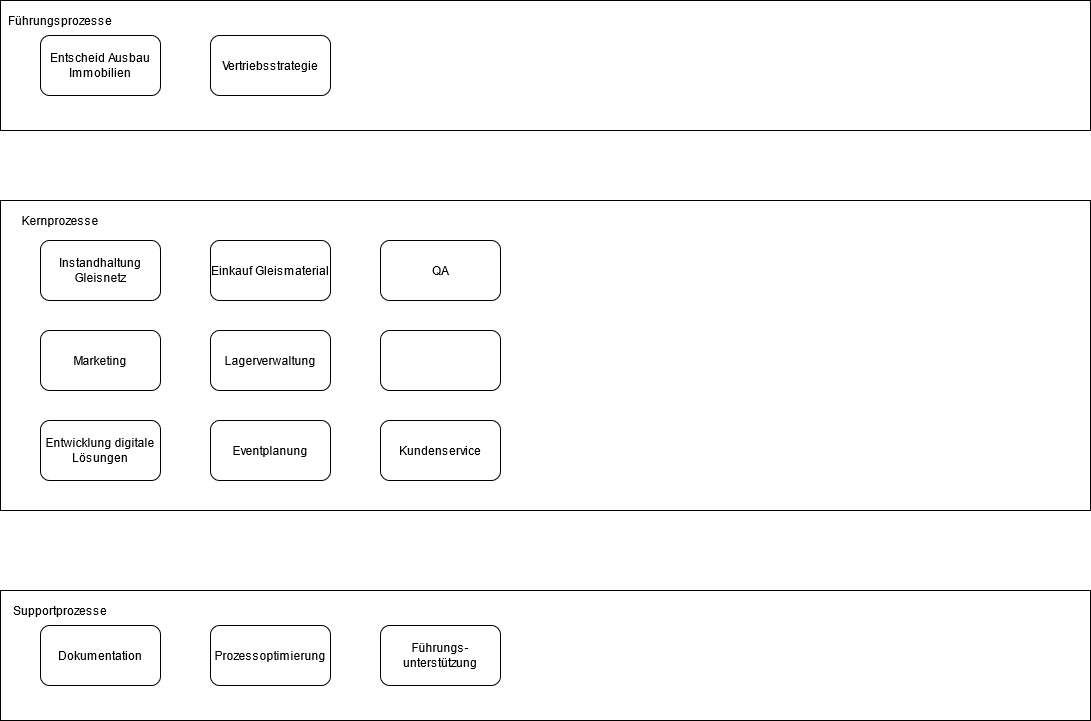
MokthecoolWok/m254 keeps this draw.io diagram as ProzessMAP_A4.png. Above is the earlier version. Source tidied: cells renumbered, new cells last; positions are measured from the earlier drawing's top-left corner, leaving out a move shared by most shapes.
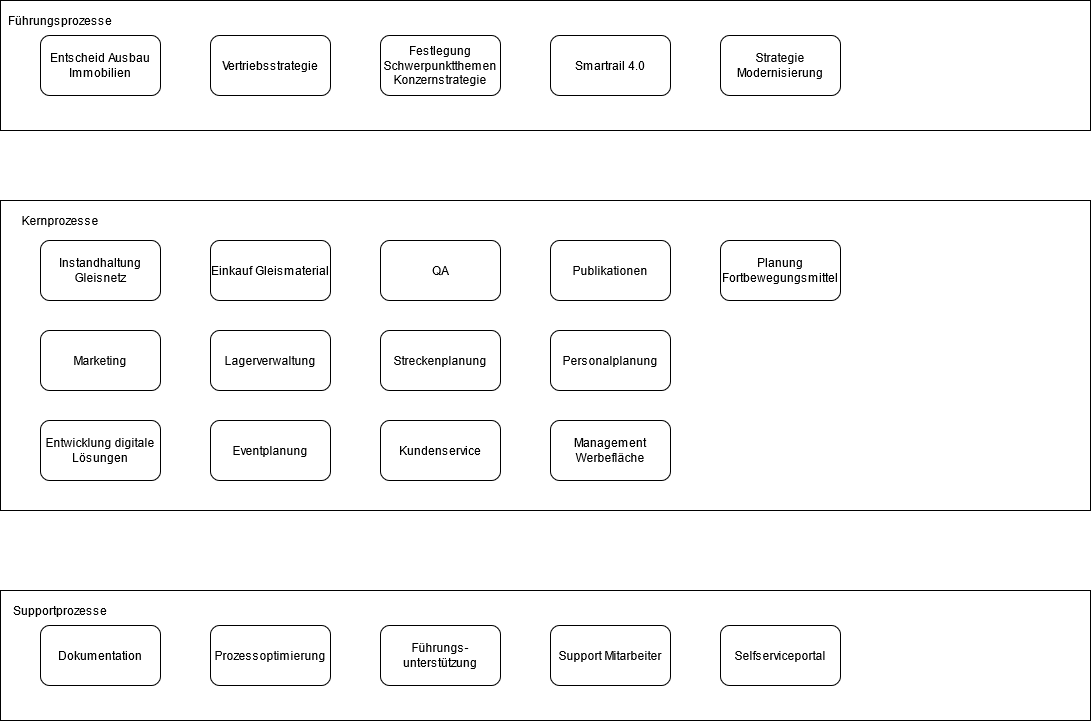
After the change.

Diff of the diagram source:
```diff
@@ -35,9 +35,21 @@
     <mxCell id="12" value="Kundenservice" style="rounded=1;whiteSpace=wrap;html=1;" parent="2" vertex="1">
       <mxGeometry x="380" y="220" width="120" height="60" as="geometry" />
     </mxCell>
-    <mxCell id="13" style="rounded=1;whiteSpace=wrap;html=1;" parent="2" vertex="1">
+    <mxCell id="13" value="Streckenplanung" style="rounded=1;whiteSpace=wrap;html=1;" parent="2" vertex="1">
       <mxGeometry x="380" y="130" width="120" height="60" as="geometry" />
     </mxCell>
+    <mxCell id="25" value="Personalplanung" style="rounded=1;whiteSpace=wrap;html=1;" parent="2" vertex="1">
+      <mxGeometry x="550" y="130" width="120" height="60" as="geometry" />
+    </mxCell>
+    <mxCell id="26" value="Publikationen" style="rounded=1;whiteSpace=wrap;html=1;" parent="2" vertex="1">
+      <mxGeometry x="550" y="40" width="120" height="60" as="geometry" />
+    </mxCell>
+    <mxCell id="27" value="Management Werbefläche" style="rounded=1;whiteSpace=wrap;html=1;" parent="2" vertex="1">
+      <mxGeometry x="550" y="220" width="120" height="60" as="geometry" />
+    </mxCell>
+    <mxCell id="28" value="Planung Fortbewegungsmittel" style="rounded=1;whiteSpace=wrap;html=1;" parent="2" vertex="1">
+      <mxGeometry x="720" y="40" width="120" height="60" as="geometry" />
+    </mxCell>
     <mxCell id="14" style="group;" parent="1" vertex="1">
       <mxGeometry width="1090" height="130" as="geometry" />
     </mxCell>
@@ -53,6 +65,15 @@
     <mxCell id="18" value="Vertriebsstrategie" style="rounded=1;whiteSpace=wrap;html=1;" parent="14" vertex="1">
       <mxGeometry x="210" y="35" width="120" height="60" as="geometry" />
     </mxCell>
+    <mxCell id="29" value="Festlegung Schwerpunktthemen Konzernstrategie" style="rounded=1;whiteSpace=wrap;html=1;" parent="14" vertex="1">
+      <mxGeometry x="380" y="35" width="120" height="60" as="geometry" />
+    </mxCell>
+    <mxCell id="30" value="Smartrail 4.0" style="rounded=1;whiteSpace=wrap;html=1;" parent="14" vertex="1">
+      <mxGeometry x="550" y="35" width="120" height="60" as="geometry" />
+    </mxCell>
+    <mxCell id="31" value="Strategie Modernisierung" style="rounded=1;whiteSpace=wrap;html=1;" parent="14" vertex="1">
+      <mxGeometry x="720" y="35" width="120" height="60" as="geometry" />
+    </mxCell>
     <mxCell id="19" style="group;" parent="1" vertex="1">
       <mxGeometry y="590" width="1090" height="130" as="geometry" />
     </mxCell>
@@ -71,5 +92,11 @@
     <mxCell id="24" value="Führungs-unterstützung" style="rounded=1;whiteSpace=wrap;html=1;" parent="19" vertex="1">
       <mxGeometry x="380" y="35" width="120" height="60" as="geometry" />
     </mxCell>
+    <mxCell id="32" value="Support Mitarbeiter" style="rounded=1;whiteSpace=wrap;html=1;" parent="19" vertex="1">
+      <mxGeometry x="550" y="35" width="120" height="60" as="geometry" />
+    </mxCell>
+    <mxCell id="33" value="Selfserviceportal" style="rounded=1;whiteSpace=wrap;html=1;" parent="19" vertex="1">
+      <mxGeometry x="720" y="35" width="120" height="60" as="geometry" />
+    </mxCell>
   </root>
 </mxGraphModel>
```
